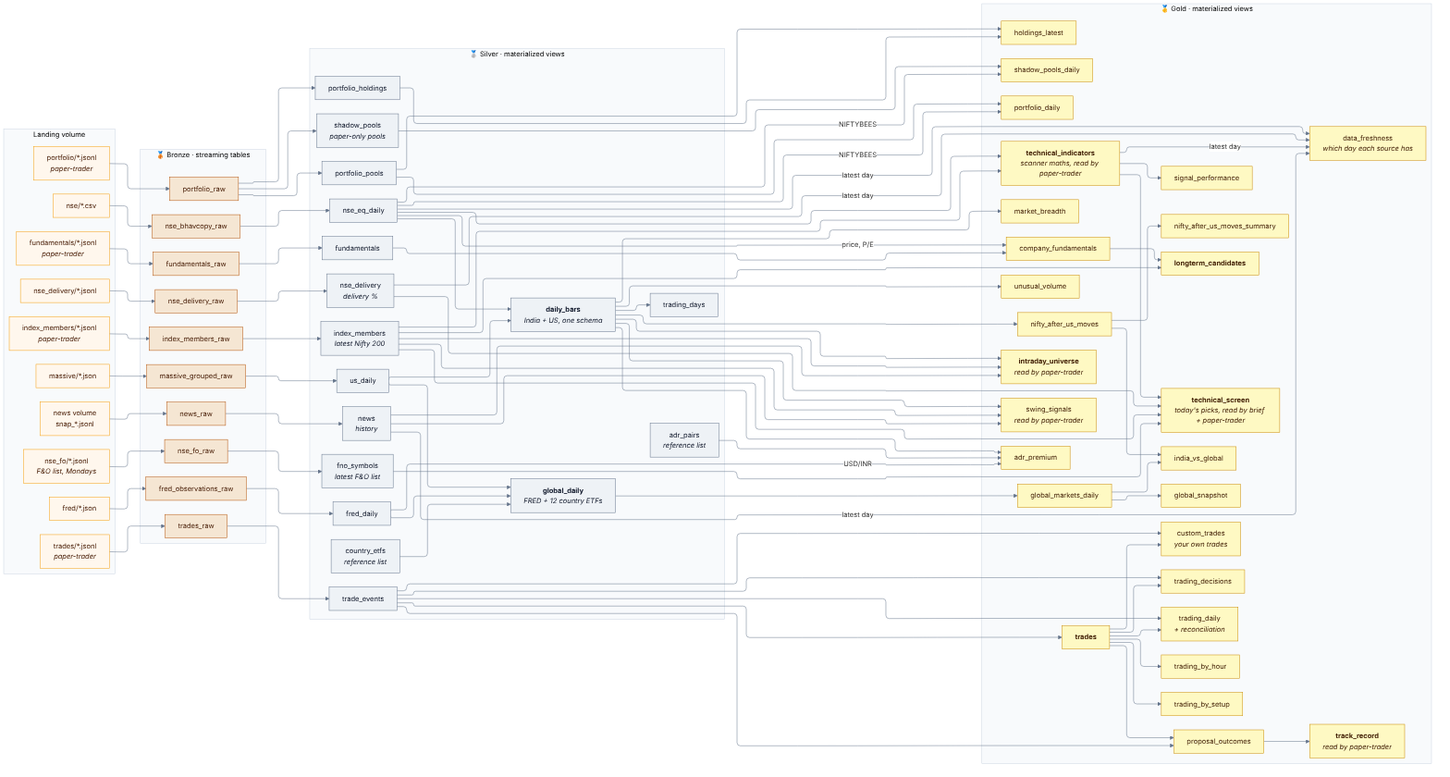
Earlier version of the Mermaid export docs/diagrams/03_lineage.png (bumblebee26/stocks_lakehouse). Its source is kept beside it as docs/diagrams/03_lineage.mmd.
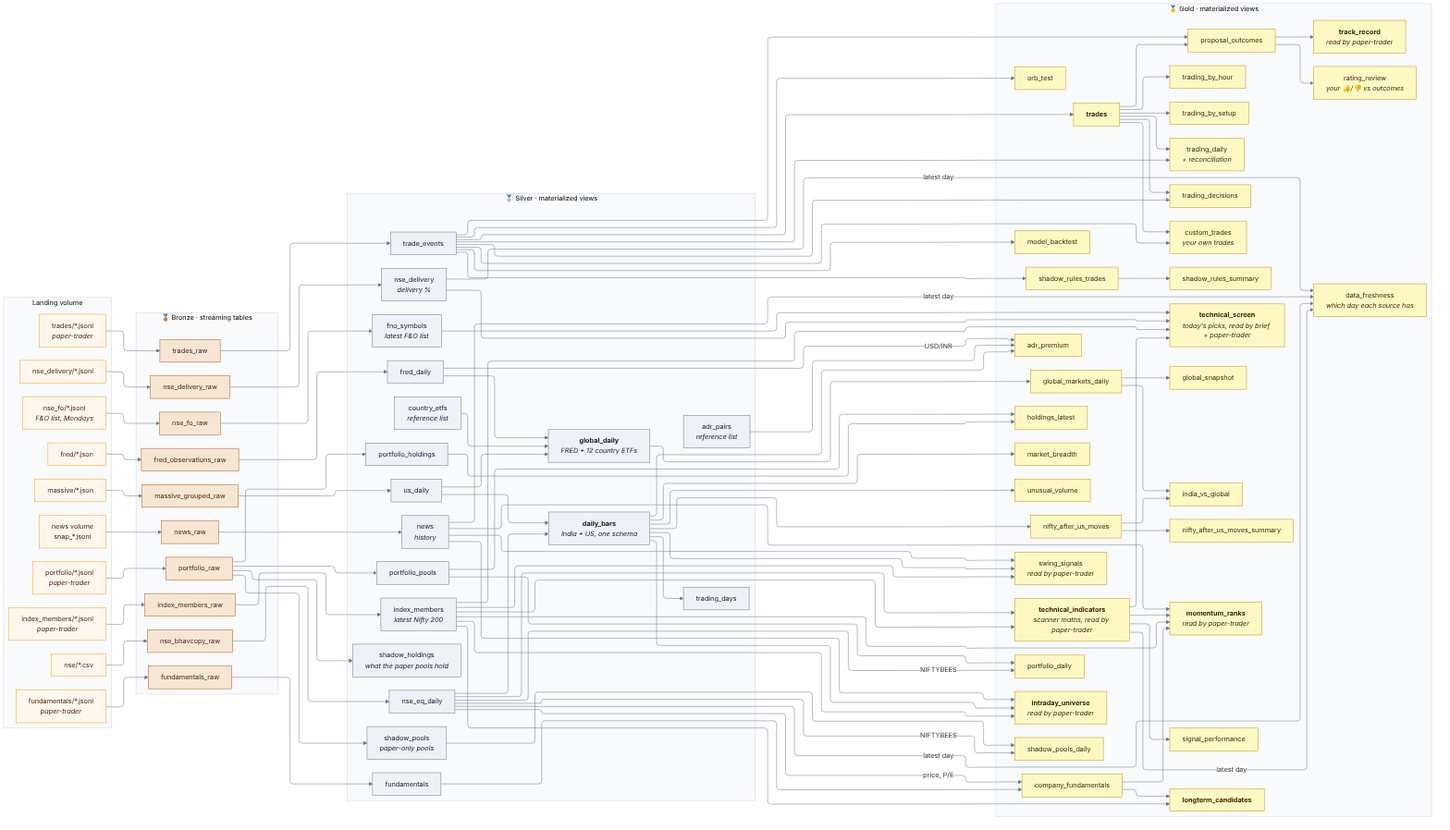
Later version of the same file.

Commit message:
Docs: lineage for new tables, seven shadow pools, ledger_start, dashboard pages (#52)

The edit, as a diff of the source:
```diff
@@ -53,6 +53,7 @@
         S15["shadow_pools<br/><i>paper-only pools</i>"]
         S16["nse_delivery<br/><i>delivery %</i>"]
         S17["fno_symbols<br/><i>latest F&amp;O list</i>"]
+        S18["shadow_holdings<br/><i>what the paper pools hold</i>"]
     end
 
     subgraph G["🥇 Gold · materialized views"]
@@ -84,6 +85,12 @@
         G25["<b>technical_screen</b><br/><i>today's picks, read by brief + paper-trader</i>"]
         G26["signal_performance"]
         G27["data_freshness<br/><i>which day each source has</i>"]
+        G28["rating_review<br/><i>your 👍/👎 vs outcomes</i>"]
+        G29["shadow_rules_trades"]
+        G30["shadow_rules_summary"]
+        G31["orb_test"]
+        G32["model_backtest"]
+        G33["<b>momentum_ranks</b><br/><i>read by paper-trader</i>"]
     end
 
     LN --> B1 --> S1 --> S3
@@ -142,6 +149,15 @@
     S17 --> G25
     G24 --> G26
     S1 & S16 & S12 & G24 -- "latest day" --> G27
+    B5 --> S18
+    G18 --> G28
+    S7 --> G29 --> G30
+    S7 --> G31
+    S7 --> G32
+    G24 --> G33
+    G16 --> G33
+    S11 --> G33
+    S12 --> G33
 
     classDef land fill:#fff7ed,stroke:#f59e0b,color:#451a03
     classDef bronze fill:#f5e6d3,stroke:#b45309,color:#451a03
@@ -149,5 +165,5 @@
     classDef gold fill:#fef9c3,stroke:#ca8a04,color:#422006
     class LN,LD,LO,LM,LF,LT,LP,LU,LI,LW land
     class B1,B2,B3,B4,B5,B6,B7,B8,B9,B10 bronze
-    class S1,S2,S3,S4,S5,S6,S7,S8,S9,S10,S11,S12,S13,S14,S15,S16,S17 silver
-    class G1,G2,G3,G4,G5,G6,G7,G8,G9,G10,G11,G12,G13,G14,G15,G16,G17,G18,G19,G20,G21,G22,G23,G24,G25,G26,G27 gold
+    class S1,S2,S3,S4,S5,S6,S7,S8,S9,S10,S11,S12,S13,S14,S15,S16,S17,S18 silver
+    class G1,G2,G3,G4,G5,G6,G7,G8,G9,G10,G11,G12,G13,G14,G15,G16,G17,G18,G19,G20,G21,G22,G23,G24,G25,G26,G27,G28,G29,G30,G31,G32,G33 gold
```
